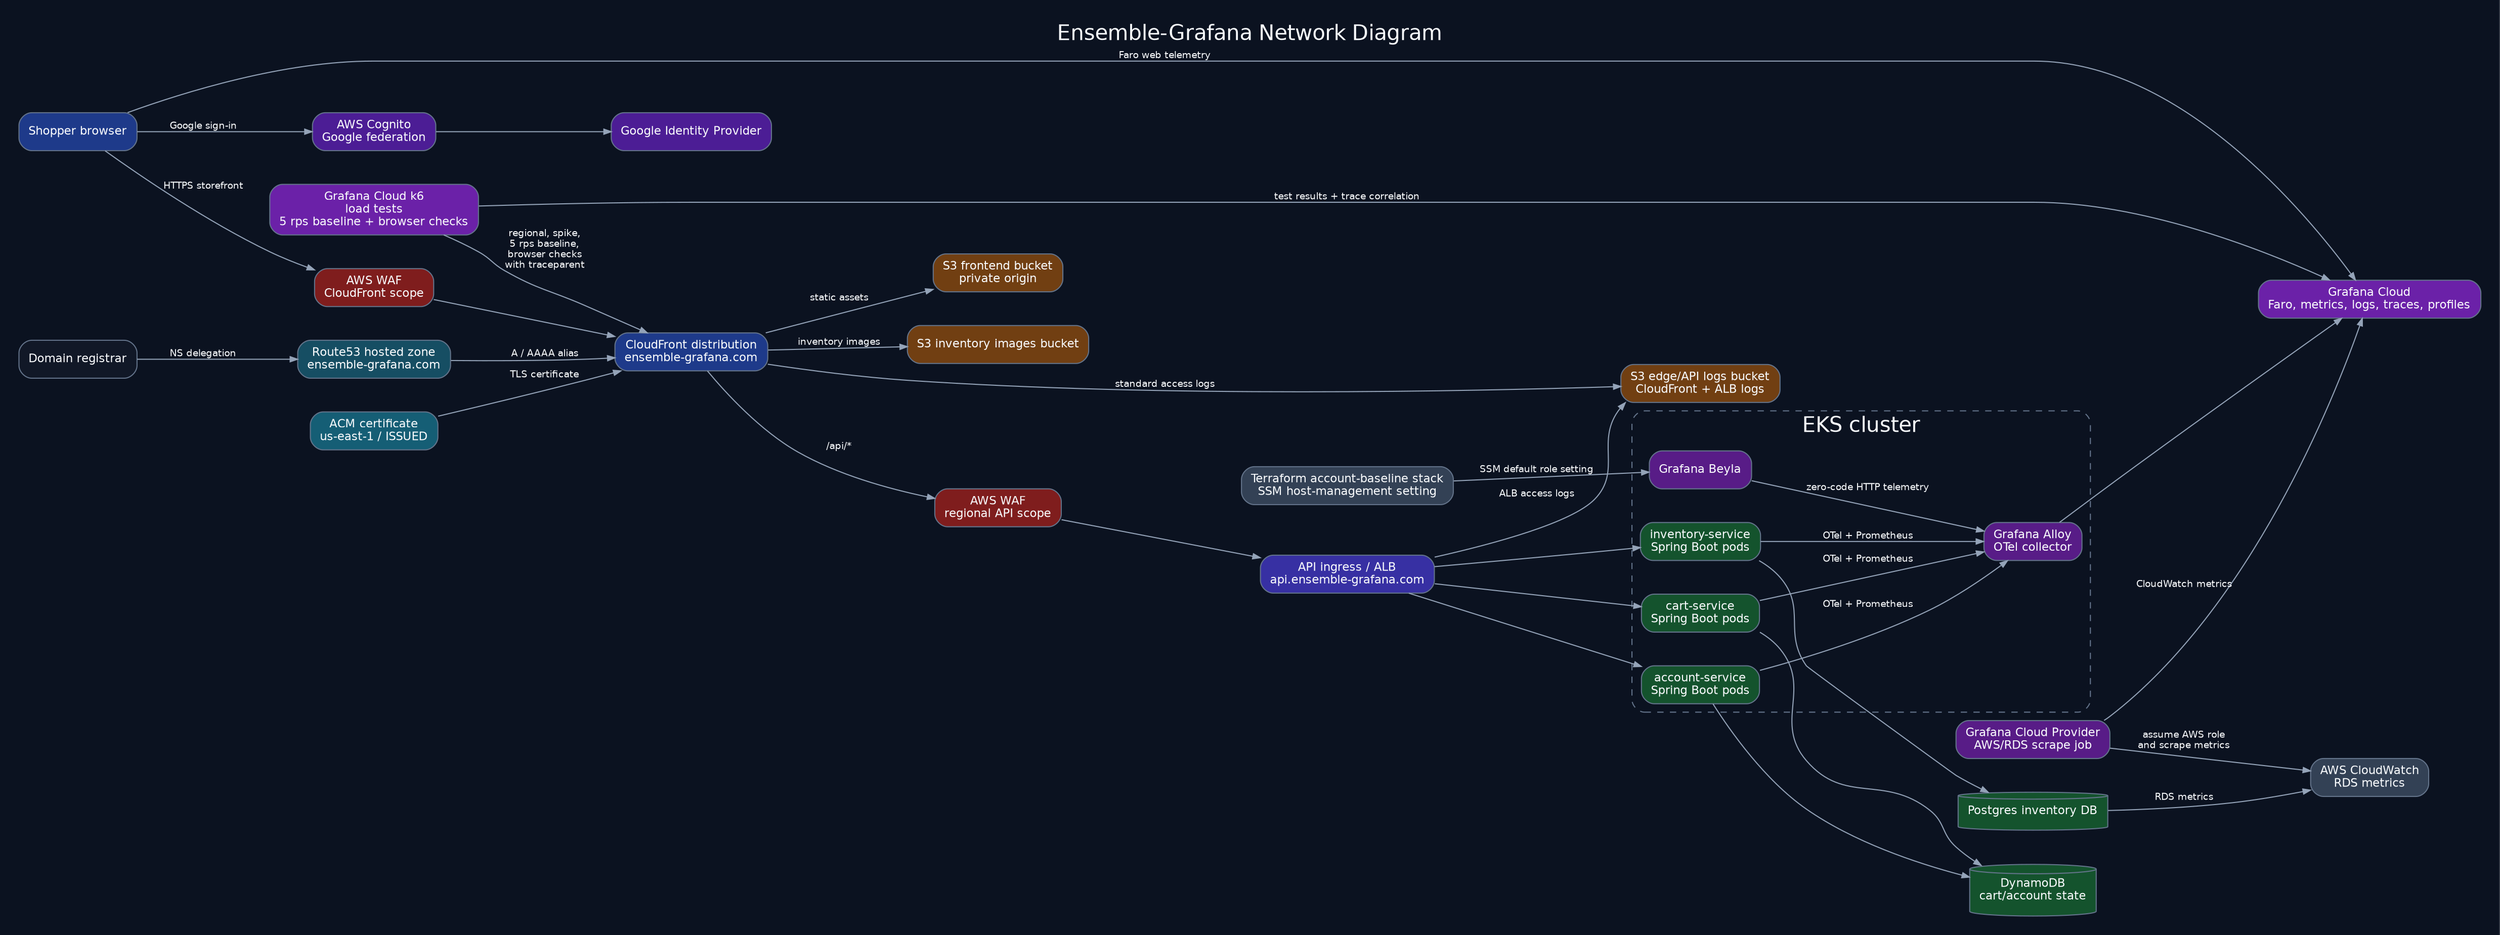
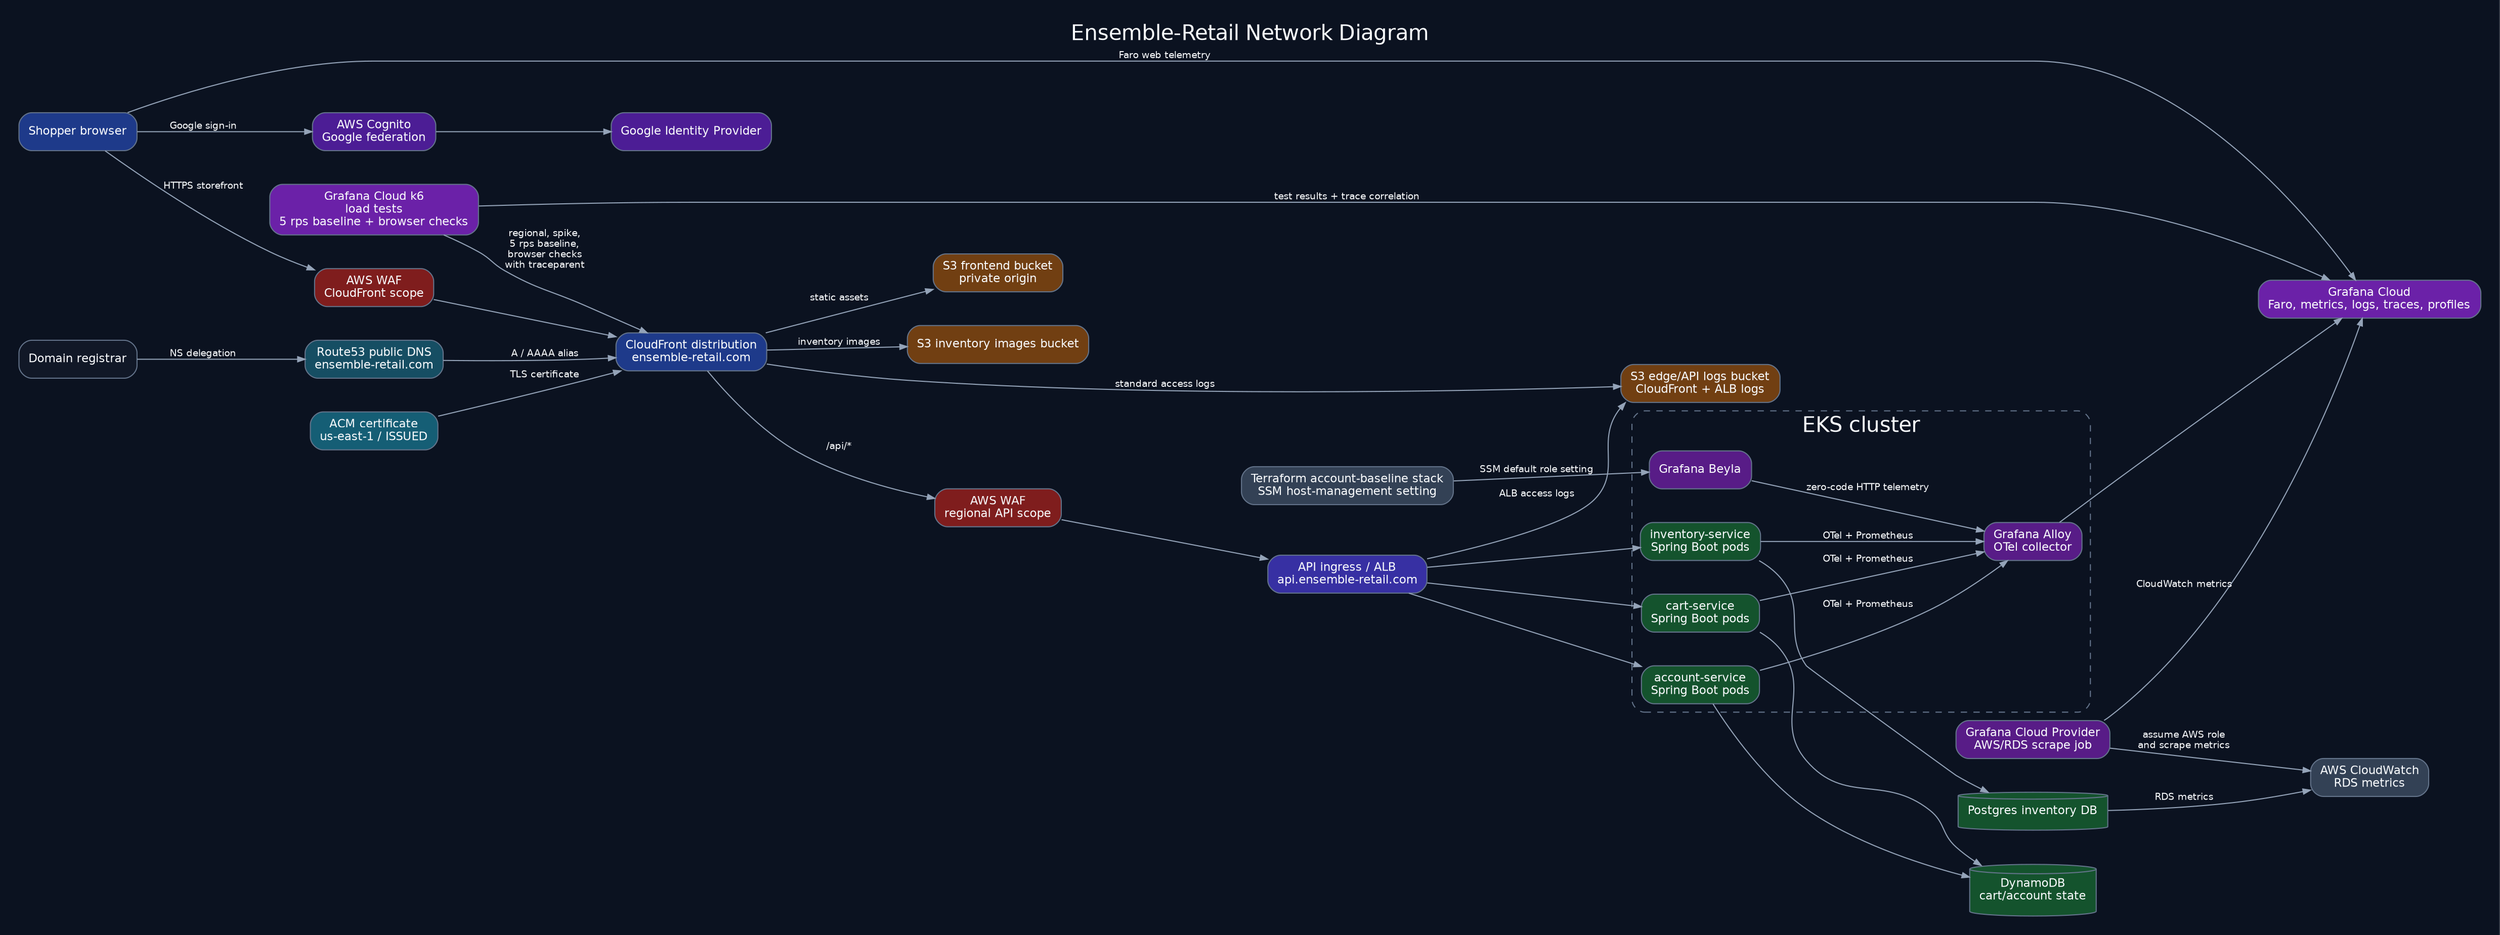
digraph network_diagram {
  rankdir=LR;
-   label="Ensemble-Grafana Network Diagram";
+   label="Ensemble-Retail Network Diagram";

  graph [
    fontname="Helvetica",
    fontsize=20,
    labelloc=t,
    bgcolor="#0b1220",
    fontcolor="#f8fafc",
    pad=0.25,
    nodesep=0.45,
    ranksep=0.7
  ];
  node [
    shape=box,
    style="rounded,filled",
    fontname="Helvetica",
    fontsize=11,
    color="#64748b",
    fillcolor="#111827",
    fontcolor="#f8fafc",
    margin="0.12,0.08"
  ];
  edge [
    fontname="Helvetica",
    fontsize=9,
    color="#94a3b8",
    fontcolor="#f8fafc",
    arrowsize=0.7
  ];


  shopper [label="Shopper browser", fillcolor="#1e3a8a"];
  registrar [label="Domain registrar"];
-   route53 [label="Route53 hosted zone\nensemble-grafana.com", fillcolor="#164e63"];
+   route53 [label="Route53 public DNS\nensemble-retail.com", fillcolor="#164e63"];
  acm [label="ACM certificate\nus-east-1 / ISSUED", fillcolor="#155e75"];
  edgeWaf [label="AWS WAF\nCloudFront scope", fillcolor="#7f1d1d"];
-   cloudfront [label="CloudFront distribution\nensemble-grafana.com", fillcolor="#1e3a8a"];
+   cloudfront [label="CloudFront distribution\nensemble-retail.com", fillcolor="#1e3a8a"];
  staticS3 [label="S3 frontend bucket\nprivate origin", fillcolor="#713f12"];
  imageS3 [label="S3 inventory images bucket", fillcolor="#713f12"];
  logsS3 [label="S3 edge/API logs bucket\nCloudFront + ALB logs", fillcolor="#713f12"];
  regionalWaf [label="AWS WAF\nregional API scope", fillcolor="#7f1d1d"];
-   apiAlb [label="API ingress / ALB\napi.ensemble-grafana.com", fillcolor="#3730a3"];
+   apiAlb [label="API ingress / ALB\napi.ensemble-retail.com", fillcolor="#3730a3"];
  cognito [label="AWS Cognito\nGoogle federation", fillcolor="#4c1d95"];
  google [label="Google Identity Provider", fillcolor="#4c1d95"];
  postgres [label="Postgres inventory DB", shape=cylinder, fillcolor="#14532d"];
  dynamodb [label="DynamoDB\ncart/account state", shape=cylinder, fillcolor="#14532d"];
  cloudwatch [label="AWS CloudWatch\nRDS metrics", fillcolor="#334155"];
  cloudwatchScrape [label="Grafana Cloud Provider\nAWS/RDS scrape job", fillcolor="#581c87"];
  grafana [label="Grafana Cloud\nFaro, metrics, logs, traces, profiles", fillcolor="#6b21a8"];
  k6 [label="Grafana Cloud k6\nload tests\n5 rps baseline + browser checks", fillcolor="#6b21a8"];
  accountBaseline [label="Terraform account-baseline stack\nSSM host-management setting", fillcolor="#334155"];

  subgraph cluster_eks {
    label="EKS cluster";
    color="#64748b";
    fontcolor="#f8fafc";
    style="rounded,dashed";
    beyla [label="Grafana Beyla", fillcolor="#581c87"];
    alloy [label="Grafana Alloy\nOTel collector", fillcolor="#581c87"];
    inventory [label="inventory-service\nSpring Boot pods", fillcolor="#14532d"];
    cart [label="cart-service\nSpring Boot pods", fillcolor="#14532d"];
    account [label="account-service\nSpring Boot pods", fillcolor="#14532d"];
  }

  registrar -> route53 [label="NS delegation"];
  route53 -> cloudfront [label="A / AAAA alias"];
  acm -> cloudfront [label="TLS certificate"];
  shopper -> edgeWaf [label="HTTPS storefront"];
  edgeWaf -> cloudfront;
  shopper -> cognito [label="Google sign-in"];
  cognito -> google;
  cloudfront -> staticS3 [label="static assets"];
  cloudfront -> imageS3 [label="inventory images"];
  cloudfront -> logsS3 [label="standard access logs"];
  cloudfront -> regionalWaf [label="/api/*"];
  regionalWaf -> apiAlb;
  apiAlb -> logsS3 [label="ALB access logs"];
  apiAlb -> inventory;
  apiAlb -> cart;
  apiAlb -> account;
  inventory -> postgres;
  cart -> dynamodb;
  account -> dynamodb;
  postgres -> cloudwatch [label="RDS metrics"];
  cloudwatchScrape -> cloudwatch [label="assume AWS role\nand scrape metrics"];
  cloudwatchScrape -> grafana [label="CloudWatch metrics"];
  shopper -> grafana [label="Faro web telemetry"];
  accountBaseline -> beyla [label="SSM default role setting"];
  k6 -> cloudfront [label="regional, spike,\n5 rps baseline,\nbrowser checks\nwith traceparent"];
  k6 -> grafana [label="test results + trace correlation"];
  beyla -> alloy [label="zero-code HTTP telemetry"];
  inventory -> alloy [label="OTel + Prometheus"];
  cart -> alloy [label="OTel + Prometheus"];
  account -> alloy [label="OTel + Prometheus"];
  alloy -> grafana;
}
